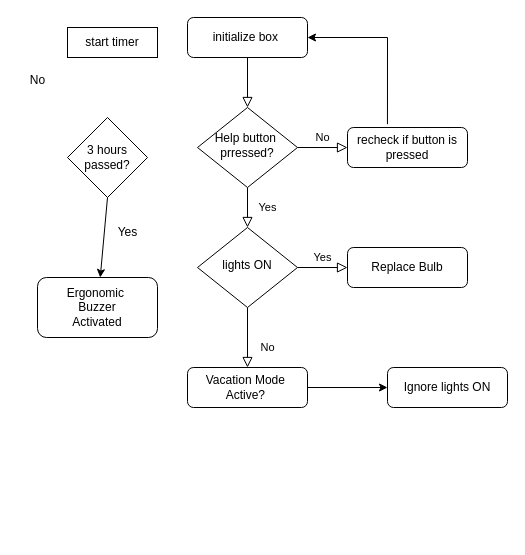
Before: studentHelpButton/.github/workflows/Untitled Diagram.drawio in cyberike/SmartRoom, a draw.io diagram. Source tidied: cells renumbered, new cells numbered last; positions are measured from the earlier drawing's top-left corner, leaving out a move shared by most shapes. Both pictures are drawn from the tidied source at 100%, with x=0, y=0 at pixel (17, 17).
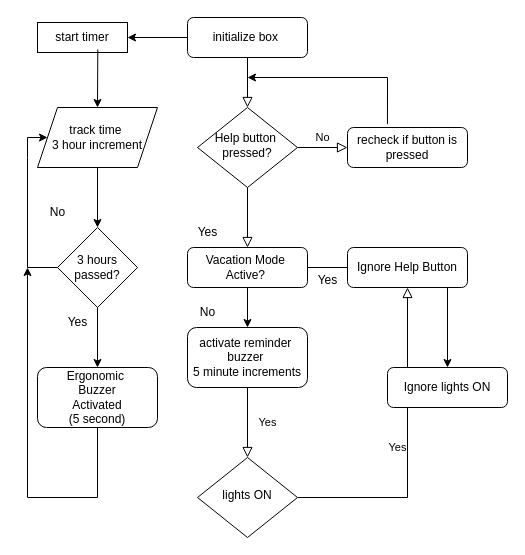
Above is the later version.

The change refers to these unchanged cells:
```xml
<mxCell id="3" value="initialize box&amp;nbsp;" style="rounded=1;whiteSpace=wrap;html=1;fontSize=12;glass=0;strokeWidth=1;shadow=0;" parent="1" vertex="1">
  <mxGeometry x="170" width="120" height="40" as="geometry" />
</mxCell>
<mxCell id="7" value="recheck if button is pressed" style="rounded=1;whiteSpace=wrap;html=1;fontSize=12;glass=0;strokeWidth=1;shadow=0;" parent="1" vertex="1">
  <mxGeometry x="330" y="110" width="120" height="40" as="geometry" />
</mxCell>
```

The edit, as a diff of the source:
```diff
@@
-    <mxCell id="4" value="Yes" style="rounded=0;html=1;jettySize=auto;fontSize=11;endArrow=block;endFill=0;endSize=8;strokeWidth=1;shadow=0;labelBackgroundColor=none;edgeStyle=orthogonalEdgeStyle;" parent="1" edge="1" source="6" target="10">
+    <mxCell id="4" value="Yes" style="rounded=0;html=1;jettySize=auto;fontSize=11;endArrow=block;endFill=0;endSize=8;strokeWidth=1;shadow=0;labelBackgroundColor=none;edgeStyle=orthogonalEdgeStyle;" parent="1" edge="1" source="29" target="10">
       <mxGeometry y="20" relative="1" as="geometry" />
     </mxCell>
@@
-    <mxCell id="6" value="Help button&amp;nbsp;&lt;div&gt;prressed?&lt;/div&gt;" style="rhombus;whiteSpace=wrap;html=1;shadow=0;fontFamily=Helvetica;fontSize=12;align=center;strokeWidth=1;spacing=6;spacingTop=-4;" parent="1" vertex="1">
+    <mxCell id="6" value="Help button&amp;nbsp;&lt;div&gt;pressed?&lt;/div&gt;" style="rhombus;whiteSpace=wrap;html=1;shadow=0;fontFamily=Helvetica;fontSize=12;align=center;strokeWidth=1;spacing=6;spacingTop=-4;" parent="1" vertex="1">
       <mxGeometry x="180" y="90" width="100" height="80" as="geometry" />
     </mxCell>
@@
-    <mxCell id="8" value="No" style="rounded=0;html=1;jettySize=auto;fontSize=11;endArrow=block;endFill=0;endSize=8;strokeWidth=1;shadow=0;labelBackgroundColor=none;edgeStyle=orthogonalEdgeStyle;" parent="1" edge="1" source="10" target="12">
-      <mxGeometry x="0.33" y="20" relative="1" as="geometry" />
-    </mxCell>
@@
     <mxCell id="10" value="lights ON" style="rhombus;whiteSpace=wrap;html=1;shadow=0;fontFamily=Helvetica;fontSize=12;align=center;strokeWidth=1;spacing=6;spacingTop=-4;" parent="1" vertex="1">
-      <mxGeometry x="180" y="210" width="100" height="80" as="geometry" />
+      <mxGeometry x="180" y="440" width="100" height="80" as="geometry" />
     </mxCell>
@@
-    <mxCell id="12" value="Vacation Mode&amp;nbsp;&lt;div&gt;Active?&amp;nbsp;&lt;/div&gt;" style="rounded=1;whiteSpace=wrap;html=1;fontSize=12;glass=0;strokeWidth=1;shadow=0;" parent="1" vertex="1">
-      <mxGeometry x="170" y="350" width="120" height="40" as="geometry" />
-    </mxCell>
-    <mxCell id="13" value="Replace Bulb" style="rounded=1;whiteSpace=wrap;html=1;fontSize=12;glass=0;strokeWidth=1;shadow=0;" parent="1" vertex="1">
+    <mxCell id="13" value="Ignore Help Button" style="rounded=1;whiteSpace=wrap;html=1;fontSize=12;glass=0;strokeWidth=1;shadow=0;" parent="1" vertex="1">
       <mxGeometry x="330" y="230" width="120" height="40" as="geometry" />
     </mxCell>
@@
-    <mxCell id="15" style="endArrow=classic;html=1;rounded=0;entryX=1;entryY=0.5;entryDx=0;entryDy=0;exitX=0.333;exitY=-0.083;exitDx=0;exitDy=0;exitPerimeter=0;" parent="1" edge="1" source="7" target="3">
+    <mxCell id="15" style="endArrow=classic;html=1;rounded=0;exitX=0.333;exitY=-0.083;exitDx=0;exitDy=0;exitPerimeter=0;" parent="1" edge="1" source="7">
       <mxGeometry relative="1" as="geometry">
+        <mxPoint x="230" y="60" as="targetPoint" />
         <Array as="points">
-          <mxPoint x="370" y="20" />
+          <mxPoint x="370" y="60" />
         </Array>
       </mxGeometry>
     </mxCell>
-    <mxCell id="16" value="Ergonomic&amp;nbsp;&lt;div&gt;Buzzer&lt;/div&gt;&lt;div&gt;Activated&lt;/div&gt;" style="rounded=1;whiteSpace=wrap;html=1;" parent="1" vertex="1">
-      <mxGeometry x="20" y="260" width="120" height="60" as="geometry" />
+    <mxCell id="16" value="Ergonomic&amp;nbsp;&lt;div&gt;Buzzer&lt;/div&gt;&lt;div&gt;Activated&lt;/div&gt;&lt;div&gt;(5 second)&lt;/div&gt;" style="rounded=1;whiteSpace=wrap;html=1;" parent="1" vertex="1">
+      <mxGeometry x="20" y="350" width="120" height="60" as="geometry" />
     </mxCell>
     <mxCell id="17" value="3 hours passed?" style="rhombus;whiteSpace=wrap;html=1;" parent="1" vertex="1">
-      <mxGeometry x="50" y="100" width="80" height="80" as="geometry" />
+      <mxGeometry x="40" y="210" width="80" height="80" as="geometry" />
     </mxCell>
@@
     <mxCell id="19" value="Yes" style="text;html=1;align=center;verticalAlign=middle;strokeColor=none;fillColor=none;" parent="1" vertex="1">
-      <mxGeometry x="90" y="200" width="40" height="30" as="geometry" />
+      <mxGeometry x="40" y="290" width="40" height="30" as="geometry" />
     </mxCell>
     <mxCell id="20" value="No" style="text;html=1;align=center;verticalAlign=middle;strokeColor=none;fillColor=none;" parent="1" vertex="1">
-      <mxGeometry y="48" width="40" height="30" as="geometry" />
+      <mxGeometry x="20" y="180" width="40" height="30" as="geometry" />
     </mxCell>
     <mxCell id="21" value="start timer" style="whiteSpace=wrap;html=1;" parent="1" vertex="1">
-      <mxGeometry x="50" y="10" width="90" height="30" as="geometry" />
+      <mxGeometry x="20" y="5" width="90" height="30" as="geometry" />
     </mxCell>
+    <mxCell id="22" style="endArrow=classic;html=1;rounded=0;exitX=0;exitY=0.5;exitDx=0;exitDy=0;" parent="1" edge="1" source="3" target="21">
+      <mxGeometry relative="1" as="geometry" />
+    </mxCell>
+    <mxCell id="23" style="endArrow=classic;html=1;rounded=0;exitX=0.5;exitY=1;exitDx=0;exitDy=0;entryX=0.5;entryY=0;entryDx=0;entryDy=0;" parent="1" edge="1" source="26" target="17">
+      <mxGeometry relative="1" as="geometry" />
+    </mxCell>
+    <mxCell id="24" style="endArrow=classic;html=1;rounded=0;exitX=0;exitY=0.5;exitDx=0;exitDy=0;entryX=0;entryY=0.5;entryDx=0;entryDy=0;" parent="1" edge="1" source="17" target="26">
+      <mxGeometry relative="1" as="geometry">
+        <Array as="points">
+          <mxPoint x="10" y="250" />
+          <mxPoint x="10" y="140" />
+          <mxPoint x="10" y="120" />
+          <mxPoint x="30" y="120" />
+        </Array>
+      </mxGeometry>
+    </mxCell>
+    <mxCell id="25" style="endArrow=classic;html=1;rounded=0;exitX=0.67;exitY=0.9;exitDx=0;exitDy=0;entryX=0.5;entryY=0;entryDx=0;entryDy=0;exitPerimeter=0;" parent="1" edge="1" source="21" target="26">
+      <mxGeometry relative="1" as="geometry" />
+    </mxCell>
+    <mxCell id="26" value="track time&amp;nbsp;&lt;div&gt;3 hour increment&lt;/div&gt;" style="shape=parallelogram;perimeter=parallelogramPerimeter;whiteSpace=wrap;html=1;fixedSize=1;" parent="1" vertex="1">
+      <mxGeometry x="20" y="90" width="120" height="60" as="geometry" />
+    </mxCell>
+    <mxCell id="27" value="Yes" style="text;html=1;align=center;verticalAlign=middle;strokeColor=none;fillColor=none;" parent="1" vertex="1">
+      <mxGeometry x="170" y="200" width="40" height="30" as="geometry" />
+    </mxCell>
+    <mxCell id="28" style="rounded=0;html=1;jettySize=auto;fontSize=11;endArrow=block;endFill=0;endSize=8;strokeWidth=1;shadow=0;labelBackgroundColor=none;edgeStyle=orthogonalEdgeStyle;" parent="1" edge="1" source="6" target="12">
+      <mxGeometry y="20" relative="1" as="geometry" />
+    </mxCell>
+    <mxCell id="12" value="Vacation Mode&amp;nbsp;&lt;div&gt;Active?&amp;nbsp;&lt;/div&gt;" style="rounded=1;whiteSpace=wrap;html=1;fontSize=12;glass=0;strokeWidth=1;shadow=0;" parent="1" vertex="1">
+      <mxGeometry x="170" y="230" width="120" height="40" as="geometry" />
+    </mxCell>
+    <mxCell id="29" value="activate reminder&amp;nbsp;&lt;div&gt;buzzer&amp;nbsp;&lt;/div&gt;&lt;div&gt;5 minute increments&lt;/div&gt;" style="rounded=1;whiteSpace=wrap;html=1;" parent="1" vertex="1">
+      <mxGeometry x="170" y="310" width="120" height="60" as="geometry" />
+    </mxCell>
+    <mxCell id="8" value="No" style="text;html=1;align=center;verticalAlign=middle;strokeColor=none;fillColor=none;" parent="1" vertex="1">
+      <mxGeometry x="170" y="280" width="40" height="30" as="geometry" />
+    </mxCell>
+    <mxCell id="30" value="Yes" style="text;html=1;align=center;verticalAlign=middle;strokeColor=none;fillColor=none;" parent="1" vertex="1">
+      <mxGeometry x="290" y="248" width="40" height="30" as="geometry" />
+    </mxCell>
+    <mxCell id="31" style="endArrow=classic;html=1;rounded=0;exitX=0.5;exitY=1;exitDx=0;exitDy=0;" parent="1" edge="1" source="16">
+      <mxGeometry relative="1" as="geometry">
+        <mxPoint x="10" y="250" as="targetPoint" />
+        <Array as="points">
+          <mxPoint x="80" y="480" />
+          <mxPoint x="10" y="480" />
+        </Array>
+      </mxGeometry>
+    </mxCell>
+    <mxCell id="32" style="endArrow=classic;html=1;rounded=0;exitX=0.5;exitY=1;exitDx=0;exitDy=0;entryX=0.5;entryY=0;entryDx=0;entryDy=0;" parent="1" edge="1" source="12" target="29">
+      <mxGeometry relative="1" as="geometry" />
+    </mxCell>
```
